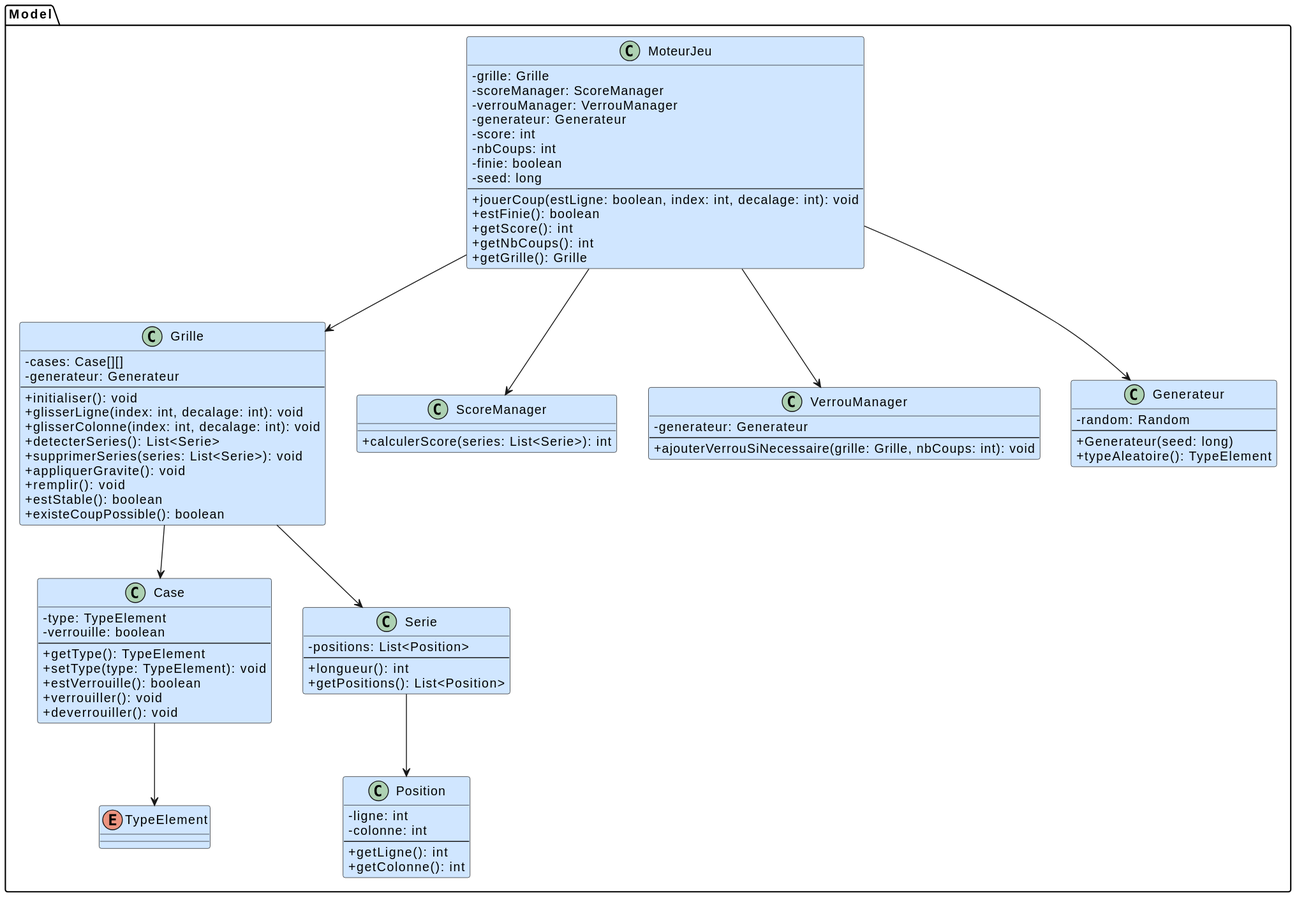
This is organisation/diagrame/Model_Diagram.svg from anhdire/SAE41_2025, a PlantUML export, as it was before one commit.
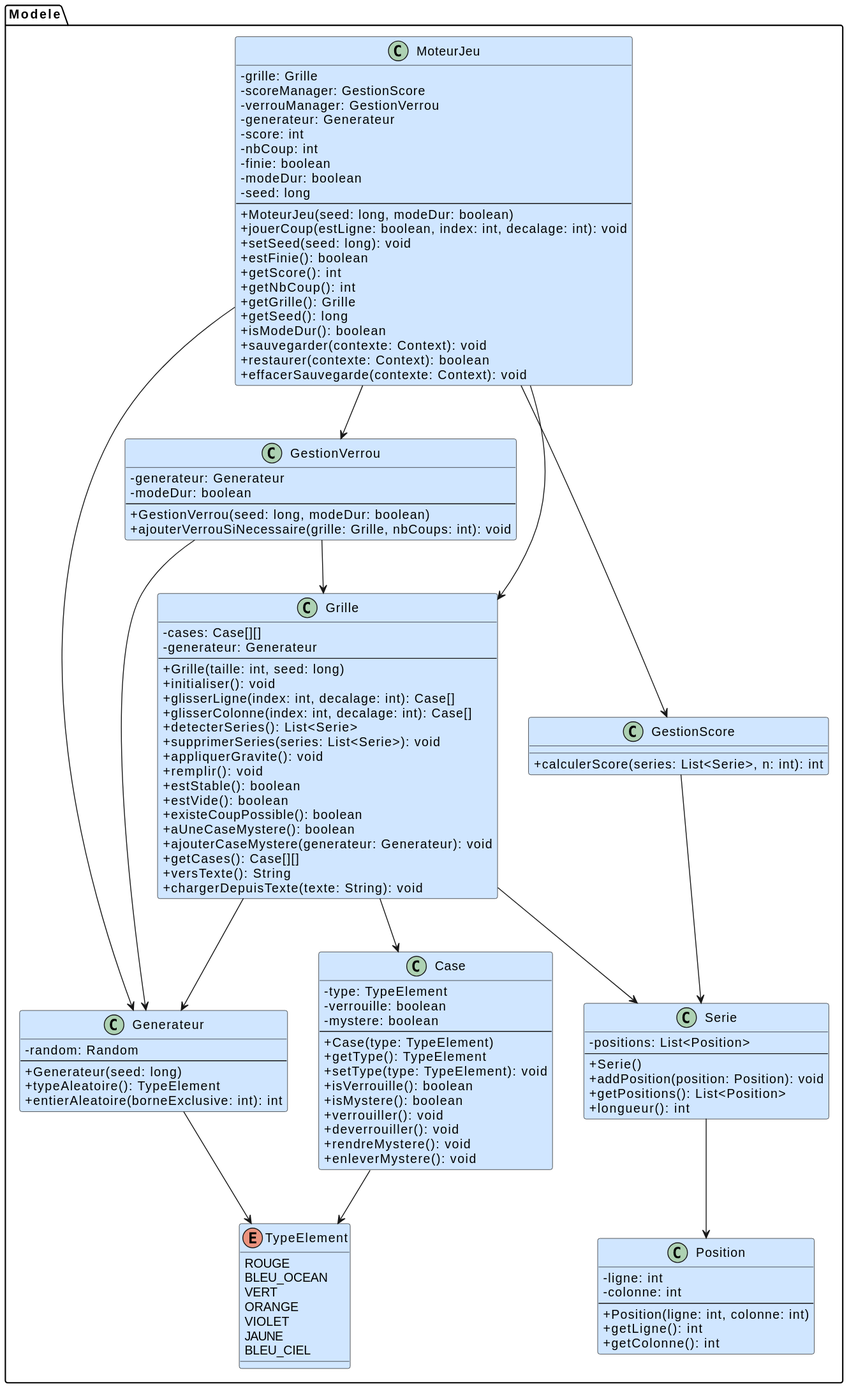
The same diagram one commit later.

Change to the diagram source:
```diff
@@ -3,73 +3,98 @@
 
 !define MODEL_COLOR #D0E6FF
 
-package "Model" {
+package "Modele" {
 
 class MoteurJeu MODEL_COLOR {
   - grille: Grille
-  - scoreManager: ScoreManager
-  - verrouManager: VerrouManager
+  - scoreManager: GestionScore
+  - verrouManager: GestionVerrou
   - generateur: Generateur
   - score: int
-  - nbCoups: int
+  - nbCoup: int
   - finie: boolean
+  - modeDur: boolean
   - seed: long
   --
+  + MoteurJeu(seed: long, modeDur: boolean)
   + jouerCoup(estLigne: boolean, index: int, decalage: int): void
+  + setSeed(seed: long): void
   + estFinie(): boolean
   + getScore(): int
-  + getNbCoups(): int
+  + getNbCoup(): int
   + getGrille(): Grille
+  + getSeed(): long
+  + isModeDur(): boolean
+  + sauvegarder(contexte: Context): void
+  + restaurer(contexte: Context): boolean
+  + effacerSauvegarde(contexte: Context): void
 }
 
 class Grille MODEL_COLOR {
   - cases: Case[][]
   - generateur: Generateur
   --
+  + Grille(taille: int, seed: long)
   + initialiser(): void
-  + glisserLigne(index: int, decalage: int): void
-  + glisserColonne(index: int, decalage: int): void
+  + glisserLigne(index: int, decalage: int): Case[]
+  + glisserColonne(index: int, decalage: int): Case[]
   + detecterSeries(): List<Serie>
   + supprimerSeries(series: List<Serie>): void
   + appliquerGravite(): void
   + remplir(): void
   + estStable(): boolean
+  + estVide(): boolean
   + existeCoupPossible(): boolean
+  + aUneCaseMystere(): boolean
+  + ajouterCaseMystere(generateur: Generateur): void
+  + getCases(): Case[][]
+  + versTexte(): String
+  + chargerDepuisTexte(texte: String): void
 }
 
 class Case MODEL_COLOR {
   - type: TypeElement
   - verrouille: boolean
+  - mystere: boolean
   --
+  + Case(type: TypeElement)
   + getType(): TypeElement
   + setType(type: TypeElement): void
-  + estVerrouille(): boolean
+  + isVerrouille(): boolean
+  + isMystere(): boolean
   + verrouiller(): void
   + deverrouiller(): void
+  + rendreMystere(): void
+  + enleverMystere(): void
 }
 
 class Serie MODEL_COLOR {
   - positions: List<Position>
   --
+  + Serie()
+  + addPosition(position: Position): void
+  + getPositions(): List<Position>
   + longueur(): int
-  + getPositions(): List<Position>
 }
 
 class Position MODEL_COLOR {
   - ligne: int
   - colonne: int
   --
+  + Position(ligne: int, colonne: int)
   + getLigne(): int
   + getColonne(): int
 }
 
-class ScoreManager MODEL_COLOR {
-  + calculerScore(series: List<Serie>): int
+class GestionScore MODEL_COLOR {
+  + calculerScore(series: List<Serie>, n: int): int
 }
 
-class VerrouManager MODEL_COLOR {
+class GestionVerrou MODEL_COLOR {
   - generateur: Generateur
+  - modeDur: boolean
   --
+  + GestionVerrou(seed: long, modeDur: boolean)
   + ajouterVerrouSiNecessaire(grille: Grille, nbCoups: int): void
 }
 
@@ -78,19 +103,33 @@
   --
   + Generateur(seed: long)
   + typeAleatoire(): TypeElement
+  + entierAleatoire(borneExclusive: int): int
 }
 
-enum TypeElement MODEL_COLOR
+enum TypeElement MODEL_COLOR {
+  ROUGE
+  BLEU_OCEAN
+  VERT
+  ORANGE
+  VIOLET
+  JAUNE
+  BLEU_CIEL
+}
 
 }
 
 MoteurJeu --> Grille
-MoteurJeu --> ScoreManager
-MoteurJeu --> VerrouManager
+MoteurJeu --> GestionScore
+MoteurJeu --> GestionVerrou
 MoteurJeu --> Generateur
 
 Grille --> Case
 Grille --> Serie
+Grille --> Generateur
 Serie --> Position
 Case --> TypeElement
+GestionVerrou --> Grille
+GestionVerrou --> Generateur
+GestionScore --> Serie
+Generateur --> TypeElement
 @enduml
```
